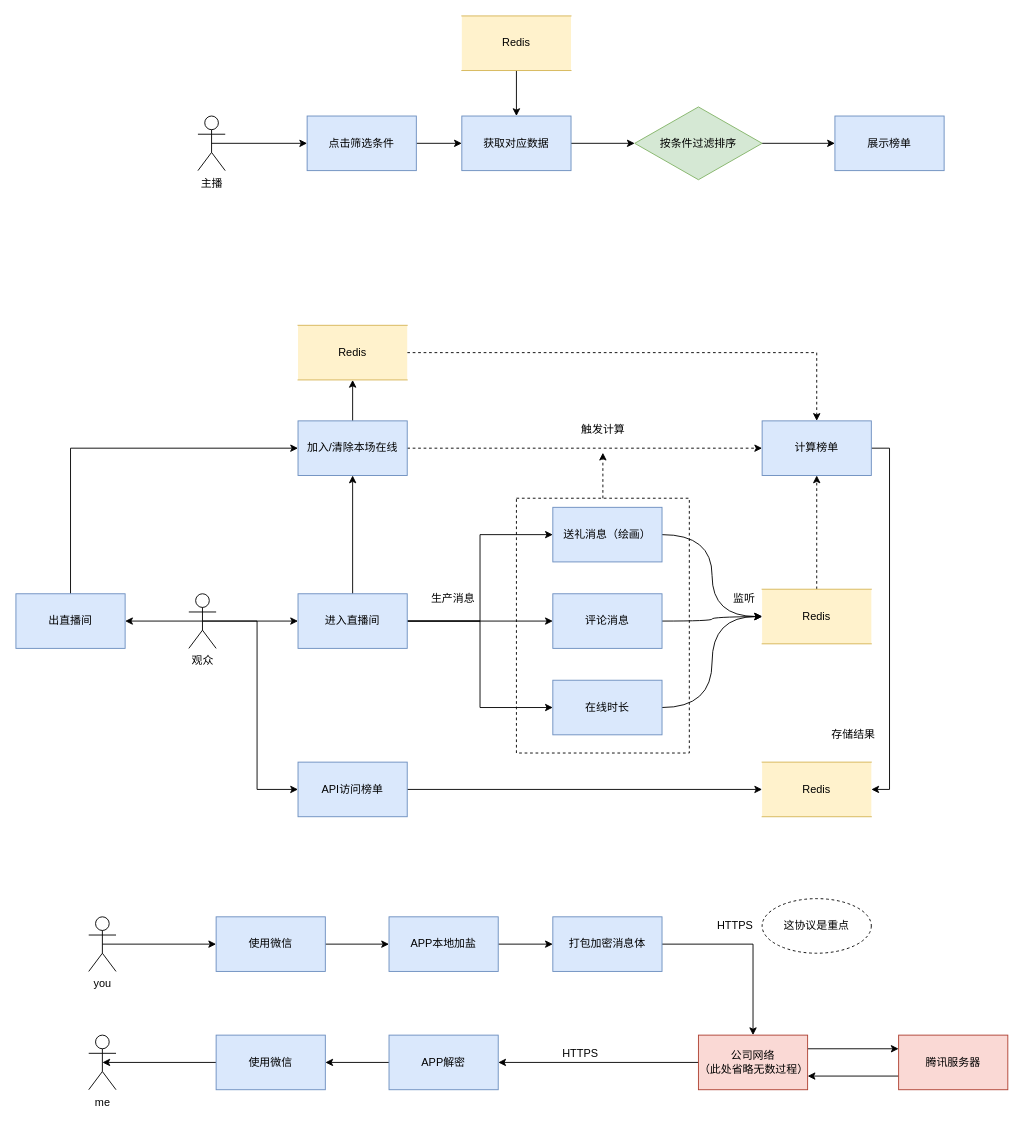
Above: 主播工具升级.drawio in fengyn1218/draw-pic (draw.io), before the change. Source tidied: cells renumbered, new cells numbered last; positions are measured from the earlier drawing's top-left corner, leaving out a move shared by most shapes. Both pictures are drawn from the tidied source at 91%, with x=0, y=0 at pixel (15, 15).
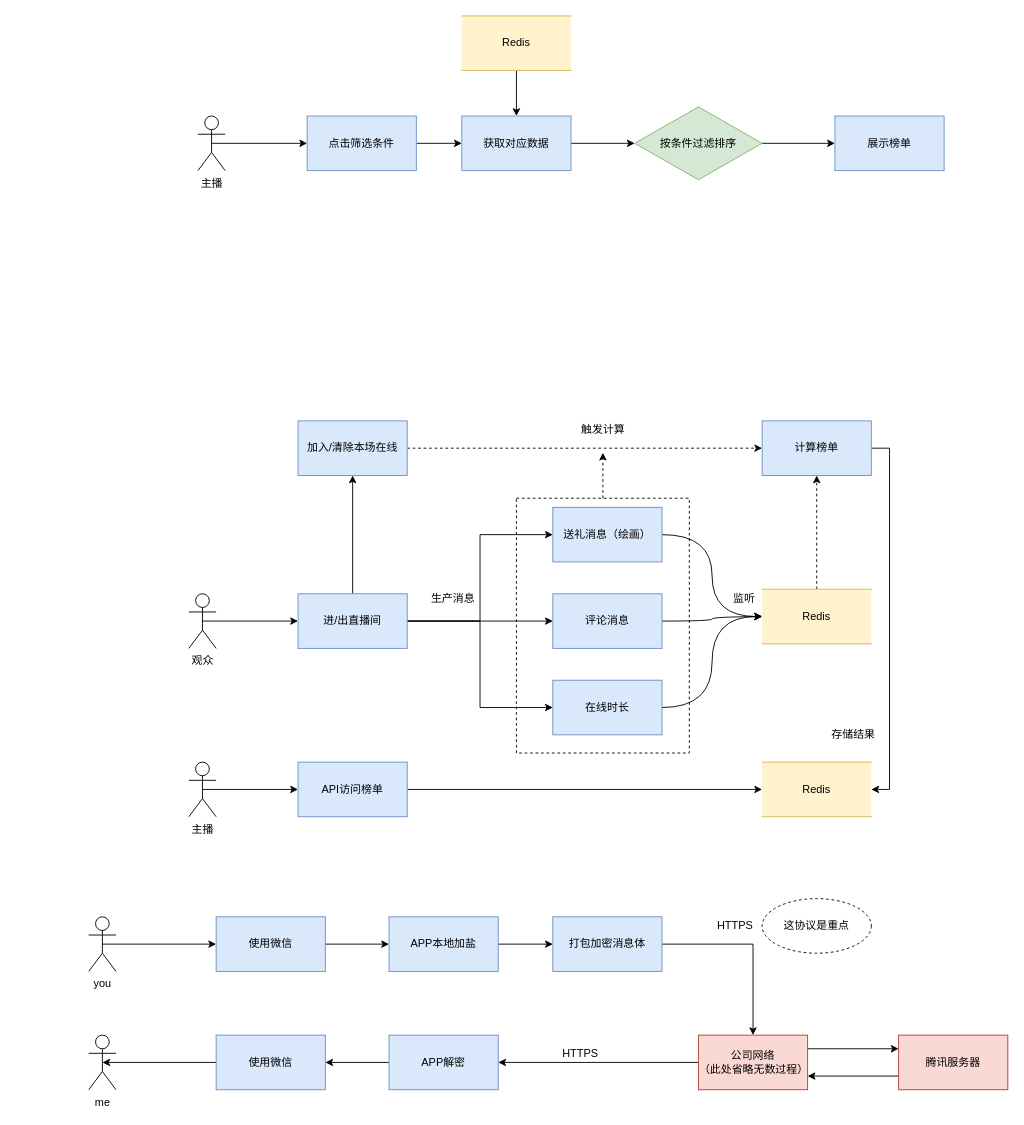
The same diagram, later.

Commit message:
更新主播工具升级.drawio

Unchanged cells that the change refers to:
```xml
<mxCell id="25" value="观众" style="shape=umlActor;verticalLabelPosition=bottom;verticalAlign=top;html=1;outlineConnect=0;" parent="1" vertex="1">
  <mxGeometry x="190" y="635" width="30" height="60" as="geometry" />
</mxCell>
<mxCell id="34" value="加入/清除本场在线" style="rounded=0;whiteSpace=wrap;html=1;fillColor=#dae8fc;strokeColor=#6c8ebf;" parent="1" vertex="1">
  <mxGeometry x="310" y="445" width="120" height="60" as="geometry" />
</mxCell>
<mxCell id="38" value="计算榜单" style="rounded=0;whiteSpace=wrap;html=1;fillColor=#dae8fc;strokeColor=#6c8ebf;" parent="1" vertex="1">
  <mxGeometry x="820" y="445" width="120" height="60" as="geometry" />
</mxCell>
<mxCell id="41" value="API访问榜单" style="rounded=0;whiteSpace=wrap;html=1;fillColor=#dae8fc;strokeColor=#6c8ebf;" parent="1" vertex="1">
  <mxGeometry x="310" y="820" width="120" height="60" as="geometry" />
</mxCell>
```

The edit, as a diff of the source:
```diff
@@
-    <mxCell id="23" style="edgeStyle=orthogonalEdgeStyle;rounded=0;jettySize=auto;html=1;exitX=0.5;exitY=0.5;exitDx=0;exitDy=0;exitPerimeter=0;entryX=0;entryY=0.5;entryDx=0;entryDy=0;" parent="1" edge="1" source="25" target="41">
-      <mxGeometry relative="1" as="geometry" />
-    </mxCell>
-    <mxCell id="24" style="edgeStyle=orthogonalEdgeStyle;rounded=0;jettySize=auto;html=1;exitX=0.5;exitY=0.5;exitDx=0;exitDy=0;exitPerimeter=0;entryX=1;entryY=0.5;entryDx=0;entryDy=0;" parent="1" edge="1" source="25" target="46">
-      <mxGeometry relative="1" as="geometry" />
-    </mxCell>
@@
-    <mxCell id="30" value="进入直播间" style="rounded=0;whiteSpace=wrap;html=1;fillColor=#dae8fc;strokeColor=#6c8ebf;" parent="1" vertex="1">
+    <mxCell id="30" value="进/出直播间" style="rounded=0;whiteSpace=wrap;html=1;fillColor=#dae8fc;strokeColor=#6c8ebf;" parent="1" vertex="1">
       <mxGeometry x="310" y="635" width="120" height="60" as="geometry" />
     </mxCell>
@@
-    <mxCell id="32" style="edgeStyle=orthogonalEdgeStyle;rounded=0;jettySize=auto;html=1;exitX=0.5;exitY=0;exitDx=0;exitDy=0;entryX=0.5;entryY=1;entryDx=0;entryDy=0;" parent="1" edge="1" source="34" target="36">
-      <mxGeometry relative="1" as="geometry" />
-    </mxCell>
@@
-    <mxCell id="35" style="edgeStyle=orthogonalEdgeStyle;rounded=0;jettySize=auto;html=1;exitX=1;exitY=0.5;exitDx=0;exitDy=0;entryX=0.5;entryY=0;entryDx=0;entryDy=0;dashed=1;" parent="1" edge="1" source="36" target="38">
-      <mxGeometry relative="1" as="geometry" />
-    </mxCell>
-    <mxCell id="36" value="Redis" style="shape=partialRectangle;whiteSpace=wrap;html=1;left=0;right=0;fillColor=#fff2cc;strokeColor=#d6b656;" parent="1" vertex="1">
-      <mxGeometry x="310" y="340" width="120" height="60" as="geometry" />
-    </mxCell>
@@
-    <mxCell id="45" style="edgeStyle=orthogonalEdgeStyle;rounded=0;jettySize=auto;html=1;exitX=0.5;exitY=0;exitDx=0;exitDy=0;entryX=0;entryY=0.5;entryDx=0;entryDy=0;" parent="1" edge="1" source="46" target="34">
-      <mxGeometry relative="1" as="geometry" />
-    </mxCell>
-    <mxCell id="46" value="出直播间" style="rounded=0;whiteSpace=wrap;html=1;fillColor=#dae8fc;strokeColor=#6c8ebf;" parent="1" vertex="1">
-      <mxGeometry y="635" width="120" height="60" as="geometry" />
-    </mxCell>
@@
+    <mxCell id="69" style="edgeStyle=orthogonalEdgeStyle;rounded=0;jettySize=auto;html=1;exitX=0.5;exitY=0.5;exitDx=0;exitDy=0;exitPerimeter=0;entryX=0;entryY=0.5;entryDx=0;entryDy=0;" parent="1" edge="1" source="70" target="41">
+      <mxGeometry relative="1" as="geometry" />
+    </mxCell>
+    <mxCell id="70" value="主播" style="shape=umlActor;verticalLabelPosition=bottom;verticalAlign=top;html=1;outlineConnect=0;" parent="1" vertex="1">
+      <mxGeometry x="190" y="820" width="30" height="60" as="geometry" />
+    </mxCell>
```
